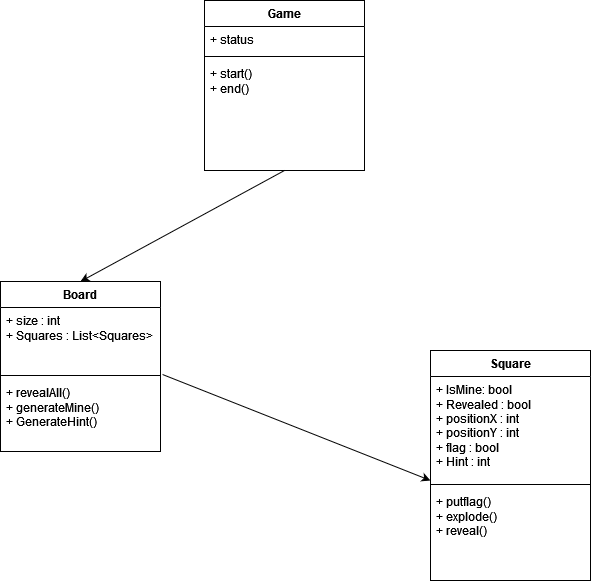
Before: Diagramme_de_classes.drawio.png, a diagram exported from draw.io (Amauryblo/Demineur). Source tidied: cells renumbered, new cells last; positions are measured from the earlier drawing's top-left corner, leaving out a move shared by most shapes.
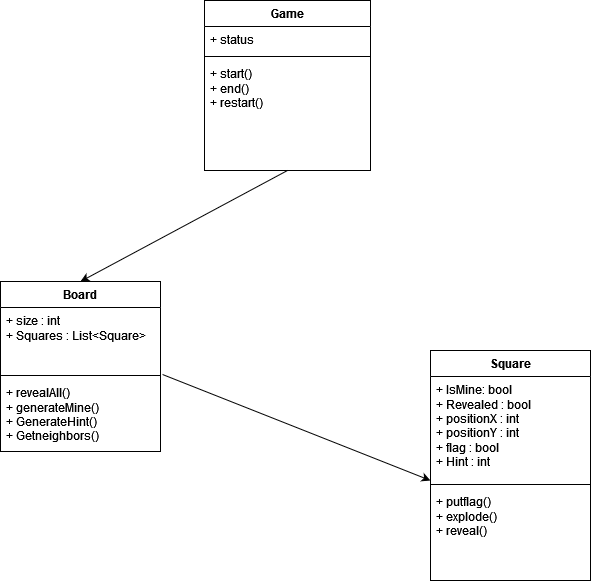
Above is the later version.

Commit message:
Mettre à jour Diagramme_de_classes.drawio.png

The edit, as a diff of the source:
```diff
@@ -17,26 +17,26 @@
     <mxCell id="6" value="Board" style="swimlane;fontStyle=1;align=center;verticalAlign=top;horizontal=1;startSize=26;whiteSpace=wrap;html=1;" parent="1" vertex="1">
       <mxGeometry y="281" width="160" height="170" as="geometry" />
     </mxCell>
-    <mxCell id="7" value="&lt;div&gt;+ size : int&lt;/div&gt;&lt;div&gt;+ Squares : List&amp;lt;Squares&amp;gt;&lt;br&gt;&lt;/div&gt;&lt;div&gt;&lt;br&gt;&lt;/div&gt;" style="text;strokeColor=none;fillColor=none;align=left;verticalAlign=top;spacingLeft=4;spacingRight=4;overflow=hidden;points=[[0,0.5],[1,0.5]];portConstraint=eastwest;whiteSpace=wrap;html=1;" parent="6" vertex="1">
+    <mxCell id="7" value="&lt;div&gt;+ size : int&lt;/div&gt;&lt;div&gt;+ Squares : List&amp;lt;Square&amp;gt;&lt;br&gt;&lt;/div&gt;&lt;div&gt;&lt;br&gt;&lt;/div&gt;" style="text;strokeColor=none;fillColor=none;align=left;verticalAlign=top;spacingLeft=4;spacingRight=4;overflow=hidden;points=[[0,0.5],[1,0.5]];portConstraint=eastwest;whiteSpace=wrap;html=1;" parent="6" vertex="1">
       <mxGeometry y="26" width="160" height="64" as="geometry" />
     </mxCell>
     <mxCell id="8" style="line;strokeWidth=1;fillColor=none;align=left;verticalAlign=middle;spacingTop=-1;spacingLeft=3;spacingRight=3;labelPosition=right;strokeColor=inherit;" parent="6" vertex="1">
       <mxGeometry y="90" width="160" height="8" as="geometry" />
     </mxCell>
-    <mxCell id="9" value="&lt;div&gt;+ revealAll()&lt;/div&gt;&lt;div&gt;+ generateMine()&lt;/div&gt;&lt;div&gt;+ GenerateHint()&lt;br&gt;&lt;/div&gt;" style="text;strokeColor=none;fillColor=none;align=left;verticalAlign=top;spacingLeft=4;spacingRight=4;overflow=hidden;whiteSpace=wrap;html=1;" parent="6" vertex="1">
+    <mxCell id="9" value="&lt;div&gt;+ revealAll()&lt;/div&gt;&lt;div&gt;+ generateMine()&lt;/div&gt;&lt;div&gt;+ GenerateHint()&lt;/div&gt;&lt;div&gt;+ Getneighbors()&lt;br&gt;&lt;/div&gt;" style="text;strokeColor=none;fillColor=none;align=left;verticalAlign=top;spacingLeft=4;spacingRight=4;overflow=hidden;whiteSpace=wrap;html=1;" parent="6" vertex="1">
       <mxGeometry y="98" width="160" height="72" as="geometry" />
     </mxCell>
     <mxCell id="10" value="Game" style="swimlane;fontStyle=1;align=center;verticalAlign=top;horizontal=1;startSize=26;whiteSpace=wrap;html=1;" parent="1" vertex="1">
-      <mxGeometry x="204" width="160" height="170" as="geometry" />
+      <mxGeometry x="204" width="166" height="170" as="geometry" />
     </mxCell>
     <mxCell id="11" value="+ status " style="text;strokeColor=none;fillColor=none;align=left;verticalAlign=top;spacingLeft=4;spacingRight=4;overflow=hidden;whiteSpace=wrap;html=1;" parent="10" vertex="1">
-      <mxGeometry y="26" width="160" height="26" as="geometry" />
+      <mxGeometry y="26" width="166" height="26" as="geometry" />
     </mxCell>
     <mxCell id="12" style="line;strokeWidth=1;fillColor=none;align=left;verticalAlign=middle;spacingTop=-1;spacingLeft=3;spacingRight=3;labelPosition=right;strokeColor=inherit;" parent="10" vertex="1">
-      <mxGeometry y="52" width="160" height="8" as="geometry" />
+      <mxGeometry y="52" width="166" height="8" as="geometry" />
     </mxCell>
-    <mxCell id="13" value="&lt;div&gt;+ start()&lt;/div&gt;&lt;div&gt;+ end()&lt;br&gt;&lt;/div&gt;" style="text;strokeColor=none;fillColor=none;align=left;verticalAlign=top;spacingLeft=4;spacingRight=4;overflow=hidden;whiteSpace=wrap;html=1;" parent="10" vertex="1">
-      <mxGeometry y="60" width="160" height="110" as="geometry" />
+    <mxCell id="13" value="&lt;div&gt;+ start()&lt;/div&gt;&lt;div&gt;+ end()&lt;/div&gt;&lt;div&gt;+ restart()&lt;br&gt;&lt;/div&gt;" style="text;strokeColor=none;fillColor=none;align=left;verticalAlign=top;spacingLeft=4;spacingRight=4;overflow=hidden;whiteSpace=wrap;html=1;" parent="10" vertex="1">
+      <mxGeometry y="60" width="166" height="110" as="geometry" />
     </mxCell>
     <mxCell id="14" style="endArrow=classic;html=1;rounded=0;exitX=0.5;exitY=1;exitDx=0;exitDy=0;entryX=0.5;entryY=0;entryDx=0;entryDy=0;" parent="1" edge="1" source="10" target="6">
       <mxGeometry relative="1" as="geometry" />
```
